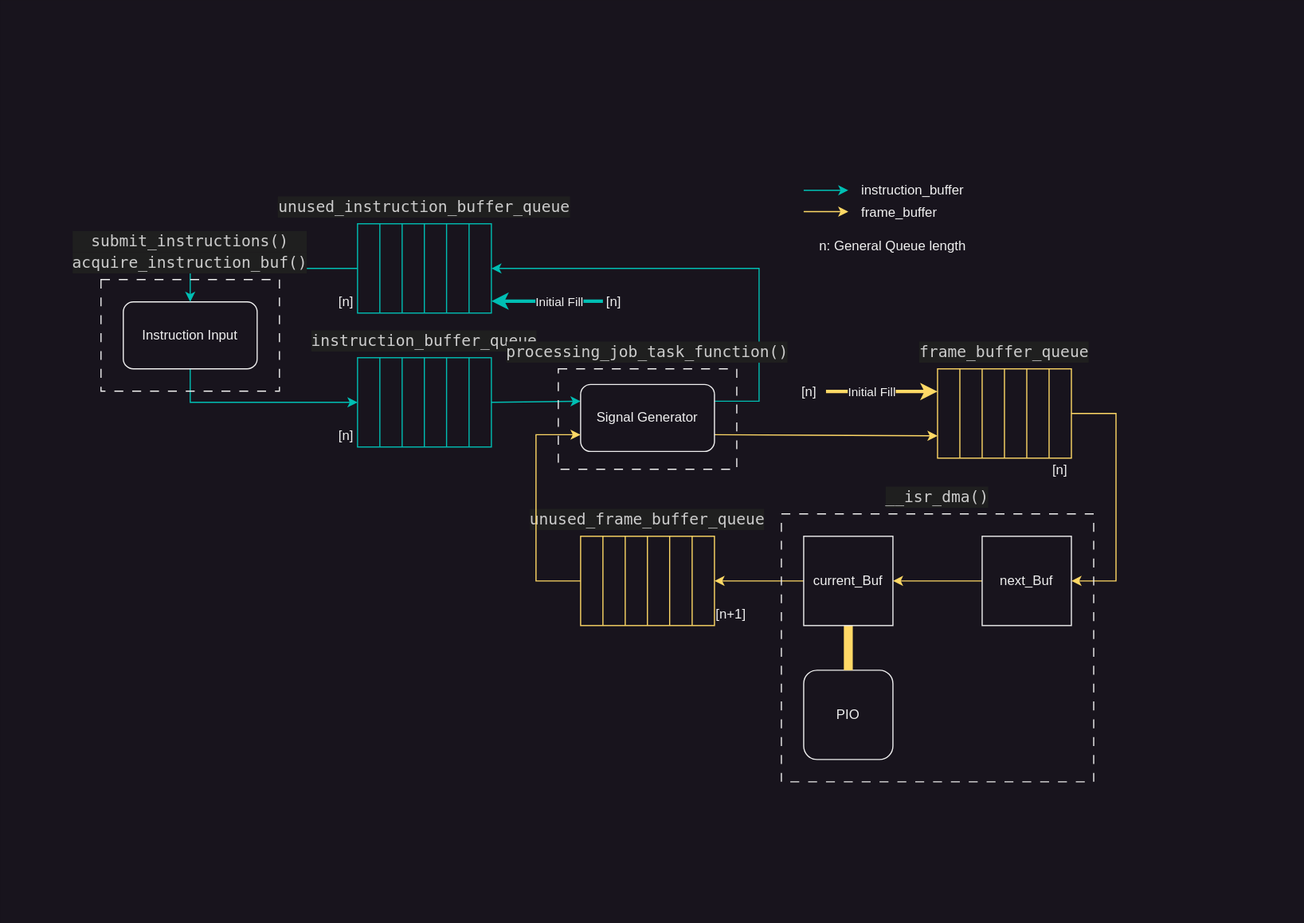
Before: docs/drawio/DataFlow_RP2040/DataFlow_RP2040.drawio.svg, a diagram exported from draw.io (AlexanderHD27/oscilloscope-rendering). Source tidied: cells renumbered, new cells last; positions are measured from the earlier drawing's top-left corner, leaving out a move shared by most shapes.
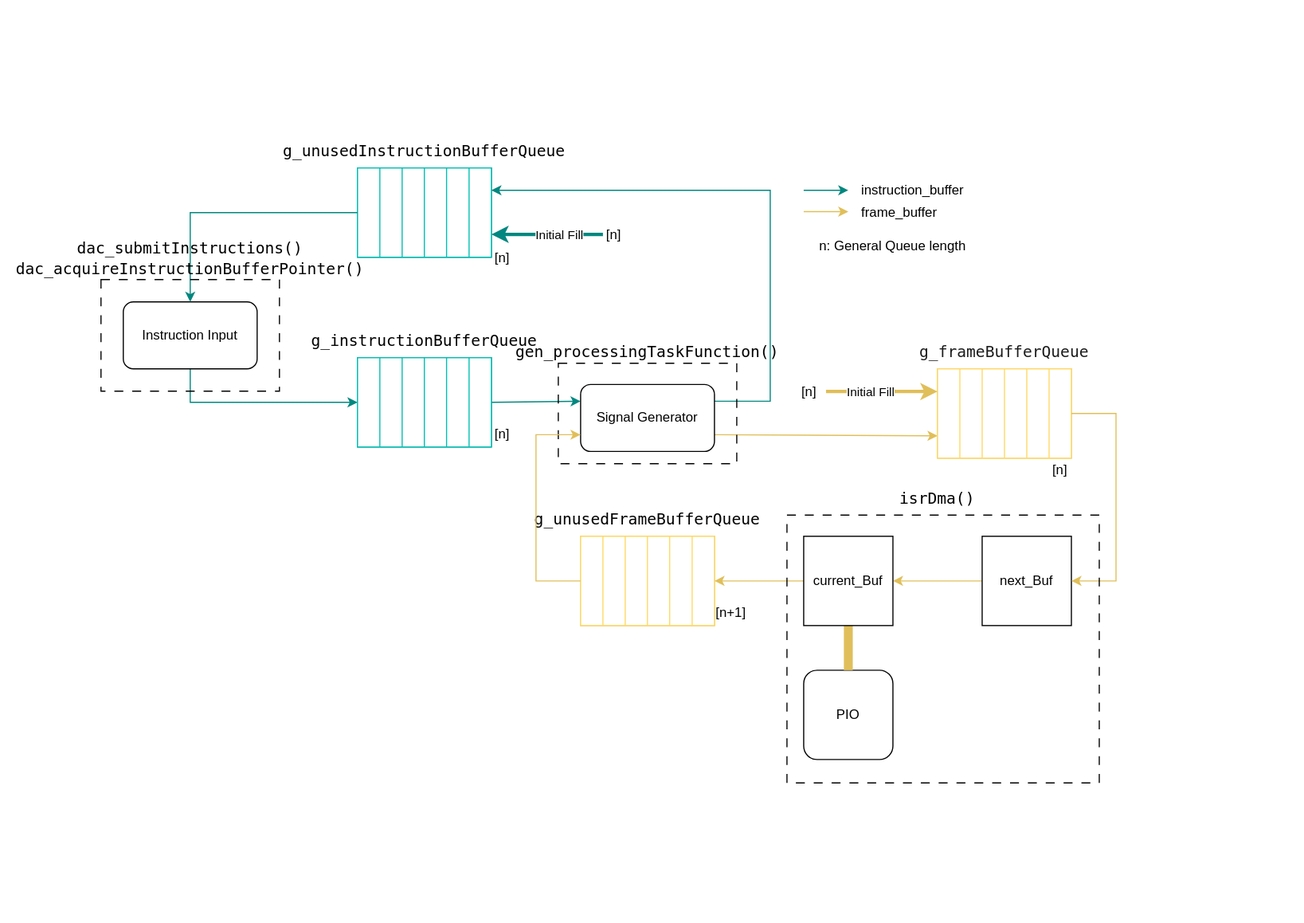
The same file after the commit.

Change to the diagram source:
```diff
@@ -4,3 +4,3 @@
     <mxCell id="1" parent="0" />
-    <mxCell id="2" style="edgeStyle=orthogonalEdgeStyle;rounded=0;jettySize=auto;html=1;entryX=0;entryY=0.5;entryDx=0;entryDy=0;strokeColor=#00BFB4;" parent="1" edge="1" source="3" target="6">
+    <mxCell id="2" style="edgeStyle=orthogonalEdgeStyle;rounded=0;jettySize=auto;html=1;entryX=0;entryY=0.5;entryDx=0;entryDy=0;strokeColor=#00877F;" parent="1" edge="1" source="3" target="6">
       <mxGeometry relative="1" as="geometry">
@@ -14,6 +14,6 @@
     </mxCell>
-    <mxCell id="4" style="rounded=0;jettySize=auto;html=1;exitX=1;exitY=0.5;exitDx=0;exitDy=0;entryX=0;entryY=0.25;entryDx=0;entryDy=0;strokeColor=#00BFB4;" parent="1" edge="1" source="6" target="24">
+    <mxCell id="4" style="rounded=0;jettySize=auto;html=1;exitX=1;exitY=0.5;exitDx=0;exitDy=0;entryX=0;entryY=0.25;entryDx=0;entryDy=0;strokeColor=#00877F;" parent="1" edge="1" source="6" target="24">
       <mxGeometry relative="1" as="geometry" />
     </mxCell>
-    <mxCell id="5" style="group;" parent="1" vertex="1">
+    <mxCell id="5" style="group;strokeColor=#00877F;" parent="1" vertex="1">
       <mxGeometry x="230" y="160" width="120" height="80" as="geometry" />
@@ -53,4 +53,4 @@
     </mxCell>
-    <mxCell id="12" style="group;" parent="1" vertex="1">
-      <mxGeometry x="230" y="40" width="120" height="80" as="geometry" />
+    <mxCell id="12" style="group;labelPosition=center;verticalLabelPosition=bottom;align=center;verticalAlign=top;strokeColor=#00877F;" parent="1" vertex="1">
+      <mxGeometry x="230" y="-10" width="120" height="80" as="geometry" />
     </mxCell>
@@ -89,16 +89,19 @@
     </mxCell>
-    <mxCell id="19" value="&lt;div style=&quot;color: rgb(204, 204, 204); background-color: rgb(31, 31, 31); font-family: &amp;quot;UbuntuMono Nerd Font Propo&amp;quot;, &amp;quot;Droid Sans Mono&amp;quot;, &amp;quot;monospace&amp;quot;, monospace; font-size: 14px; line-height: 19px;&quot;&gt;instruction_buffer_queue&lt;/div&gt;" style="text;html=1;strokeColor=none;fillColor=none;align=center;verticalAlign=middle;whiteSpace=wrap;rounded=0;" parent="1" vertex="1">
+    <mxCell id="19" value="&lt;div style=&quot;font-family: &amp;quot;UbuntuMono Nerd Font Propo&amp;quot;, &amp;quot;Droid Sans Mono&amp;quot;, &amp;quot;monospace&amp;quot;, monospace; font-size: 14px; line-height: 19px;&quot;&gt;&lt;div style=&quot;line-height: 19px;&quot;&gt;g_instructionBufferQueue&lt;/div&gt;&lt;/div&gt;" style="text;html=1;strokeColor=none;fillColor=none;align=center;verticalAlign=middle;whiteSpace=wrap;rounded=0;labelBackgroundColor=none;fontColor=default;" parent="1" vertex="1">
       <mxGeometry x="230" y="130" width="120" height="30" as="geometry" />
     </mxCell>
-    <mxCell id="20" value="&lt;div style=&quot;color: rgb(204, 204, 204); background-color: rgb(31, 31, 31); font-family: &amp;quot;UbuntuMono Nerd Font Propo&amp;quot;, &amp;quot;Droid Sans Mono&amp;quot;, &amp;quot;monospace&amp;quot;, monospace; font-size: 14px; line-height: 19px;&quot;&gt;unused_instruction_buffer_queue&lt;/div&gt;" style="text;html=1;strokeColor=none;fillColor=none;align=center;verticalAlign=middle;whiteSpace=wrap;rounded=0;" parent="1" vertex="1">
-      <mxGeometry x="150" y="10" width="280" height="30" as="geometry" />
+    <mxCell id="20" value="&lt;div style=&quot;color: rgb(204, 204, 204); background-color: rgb(31, 31, 31); font-family: &amp;quot;UbuntuMono Nerd Font Propo&amp;quot;, &amp;quot;Droid Sans Mono&amp;quot;, &amp;quot;monospace&amp;quot;, monospace; font-size: 14px; line-height: 19px;&quot;&gt;&lt;div style=&quot;line-height: 19px;&quot;&gt;&lt;br&gt;&lt;/div&gt;&lt;/div&gt;" style="text;html=1;strokeColor=none;fillColor=none;align=center;verticalAlign=middle;whiteSpace=wrap;rounded=0;" parent="1" vertex="1">
+      <mxGeometry x="140" y="-40" width="280" height="30" as="geometry" />
     </mxCell>
-    <mxCell id="21" style="edgeStyle=orthogonalEdgeStyle;rounded=0;jettySize=auto;html=1;exitX=0;exitY=0.5;exitDx=0;exitDy=0;entryX=0.5;entryY=0;entryDx=0;entryDy=0;strokeColor=#00BFB4;" parent="1" edge="1" source="13" target="3">
+    <mxCell id="21" style="edgeStyle=orthogonalEdgeStyle;rounded=0;jettySize=auto;html=1;exitX=0;exitY=0.5;exitDx=0;exitDy=0;entryX=0.5;entryY=0;entryDx=0;entryDy=0;strokeColor=#00877F;" parent="1" edge="1" source="13" target="3">
       <mxGeometry relative="1" as="geometry" />
     </mxCell>
+    <mxCell id="23" style="rounded=0;jettySize=auto;html=1;exitX=1;exitY=0.75;exitDx=0;exitDy=0;entryX=1;entryY=0.25;entryDx=0;entryDy=0;fontColor=#FFD966;strokeColor=#E0BF5A;" parent="1" edge="1" source="24" target="27">
+      <mxGeometry relative="1" as="geometry" />
+    </mxCell>
-    <mxCell id="22" style="edgeStyle=orthogonalEdgeStyle;rounded=0;jettySize=auto;html=1;exitX=1;exitY=0.25;exitDx=0;exitDy=0;entryX=1;entryY=0.5;entryDx=0;entryDy=0;strokeColor=#00BFB4;" parent="1" edge="1" source="24" target="13">
+    <mxCell id="22" style="edgeStyle=orthogonalEdgeStyle;rounded=0;jettySize=auto;html=1;exitX=1;exitY=0.25;exitDx=0;exitDy=0;entryX=1;entryY=0.25;entryDx=0;entryDy=0;fontColor=#00BFB4;strokeColor=#00877F;" parent="1" edge="1" source="24" target="13">
       <mxGeometry relative="1" as="geometry">
         <Array as="points">
-          <mxPoint x="590" y="199" />
-          <mxPoint x="590" y="80" />
+          <mxPoint x="600" y="199" />
+          <mxPoint x="600" y="10" />
         </Array>
@@ -106,5 +109,2 @@
     </mxCell>
-    <mxCell id="23" style="rounded=0;jettySize=auto;html=1;exitX=1;exitY=0.75;exitDx=0;exitDy=0;entryX=1;entryY=0.25;entryDx=0;entryDy=0;fontColor=#FFD966;strokeColor=#FFD966;" parent="1" edge="1" source="24" target="27">
-      <mxGeometry relative="1" as="geometry" />
-    </mxCell>
     <mxCell id="24" value="Signal Generator" style="rounded=1;whiteSpace=wrap;html=1;" parent="1" vertex="1">
@@ -115,3 +115,3 @@
     </mxCell>
-    <mxCell id="26" style="group;rotation=-180;" parent="1" vertex="1">
+    <mxCell id="26" style="group;rotation=-180;strokeColor=#E0BF5A;" parent="1" vertex="1">
       <mxGeometry x="750" y="170" width="120" height="80" as="geometry" />
@@ -151,9 +151,9 @@
     </mxCell>
-    <mxCell id="33" value="&lt;div style=&quot;color: rgb(204, 204, 204); background-color: rgb(31, 31, 31); font-family: &amp;quot;UbuntuMono Nerd Font Propo&amp;quot;, &amp;quot;Droid Sans Mono&amp;quot;, &amp;quot;monospace&amp;quot;, monospace; font-size: 14px; line-height: 19px;&quot;&gt;unused_frame_buffer_queue&lt;/div&gt;" style="text;html=1;strokeColor=none;fillColor=none;align=center;verticalAlign=middle;whiteSpace=wrap;rounded=0;" parent="1" vertex="1">
+    <mxCell id="33" value="&lt;div style=&quot;font-family: &amp;quot;UbuntuMono Nerd Font Propo&amp;quot;, &amp;quot;Droid Sans Mono&amp;quot;, &amp;quot;monospace&amp;quot;, monospace; font-size: 14px; line-height: 19px;&quot;&gt;&lt;div style=&quot;line-height: 19px;&quot;&gt;g_unusedFrameBufferQueue&lt;/div&gt;&lt;/div&gt;" style="text;html=1;strokeColor=none;fillColor=none;align=center;verticalAlign=middle;whiteSpace=wrap;rounded=0;labelBackgroundColor=none;fontColor=default;" parent="1" vertex="1">
       <mxGeometry x="410" y="290" width="160" height="30" as="geometry" />
     </mxCell>
-    <mxCell id="34" value="&lt;div style=&quot;color: rgb(204, 204, 204); background-color: rgb(31, 31, 31); font-family: &amp;quot;UbuntuMono Nerd Font Propo&amp;quot;, &amp;quot;Droid Sans Mono&amp;quot;, &amp;quot;monospace&amp;quot;, monospace; font-size: 14px; line-height: 19px;&quot;&gt;frame_buffer_queue&lt;/div&gt;" style="text;html=1;strokeColor=none;fillColor=none;align=center;verticalAlign=middle;whiteSpace=wrap;rounded=0;" parent="1" vertex="1">
+    <mxCell id="34" value="&lt;div style=&quot;font-family: &amp;quot;UbuntuMono Nerd Font Propo&amp;quot;, &amp;quot;Droid Sans Mono&amp;quot;, &amp;quot;monospace&amp;quot;, monospace; font-size: 14px; line-height: 19px;&quot;&gt;&lt;div style=&quot;line-height: 19px;&quot;&gt;g_frameBufferQueue&lt;/div&gt;&lt;/div&gt;" style="text;html=1;strokeColor=none;fillColor=none;align=center;verticalAlign=middle;whiteSpace=wrap;rounded=0;labelBackgroundColor=none;fontColor=#1C1C1C;" parent="1" vertex="1">
       <mxGeometry x="755" y="140" width="110" height="30" as="geometry" />
     </mxCell>
-    <mxCell id="35" style="group;" parent="1" vertex="1">
+    <mxCell id="35" style="group;strokeColor=#E0BF5A;" parent="1" vertex="1">
       <mxGeometry x="430" y="320" width="120" height="80" as="geometry" />
@@ -193,3 +193,3 @@
     </mxCell>
-    <mxCell id="42" style="edgeStyle=orthogonalEdgeStyle;rounded=0;jettySize=auto;html=1;entryX=1;entryY=0.5;entryDx=0;entryDy=0;strokeColor=#FFD966;" parent="1" edge="1" source="43" target="48">
+    <mxCell id="42" style="edgeStyle=orthogonalEdgeStyle;rounded=0;jettySize=auto;html=1;entryX=1;entryY=0.5;entryDx=0;entryDy=0;strokeColor=#E0BF5A;" parent="1" edge="1" source="43" target="48">
       <mxGeometry relative="1" as="geometry" />
@@ -199,3 +199,3 @@
     </mxCell>
-    <mxCell id="44" style="edgeStyle=orthogonalEdgeStyle;rounded=0;jettySize=auto;html=1;entryX=1;entryY=0.5;entryDx=0;entryDy=0;strokeColor=#FFD966;exitX=0;exitY=0.5;exitDx=0;exitDy=0;" parent="1" edge="1" source="27" target="43">
+    <mxCell id="44" style="edgeStyle=orthogonalEdgeStyle;rounded=0;jettySize=auto;html=1;entryX=1;entryY=0.5;entryDx=0;entryDy=0;strokeColor=#E0BF5A;exitX=0;exitY=0.5;exitDx=0;exitDy=0;" parent="1" edge="1" source="27" target="43">
       <mxGeometry relative="1" as="geometry">
@@ -207,10 +207,10 @@
     </mxCell>
-    <mxCell id="45" style="edgeStyle=orthogonalEdgeStyle;rounded=0;jettySize=auto;html=1;endArrow=none;endFill=0;strokeWidth=8;exitX=0.5;exitY=1;exitDx=0;exitDy=0;strokeColor=#FFD966;" parent="1" edge="1" source="48" target="25">
+    <mxCell id="45" style="edgeStyle=orthogonalEdgeStyle;rounded=0;jettySize=auto;html=1;endArrow=none;endFill=0;strokeWidth=8;exitX=0.5;exitY=1;exitDx=0;exitDy=0;strokeColor=#E0BF5A;" parent="1" edge="1" source="48" target="25">
       <mxGeometry relative="1" as="geometry" />
     </mxCell>
-    <mxCell id="46" style="edgeStyle=orthogonalEdgeStyle;rounded=0;jettySize=auto;html=1;exitX=0;exitY=0.5;exitDx=0;exitDy=0;entryX=1;entryY=0.5;entryDx=0;entryDy=0;strokeColor=#FFD966;" parent="1" edge="1" source="48" target="36">
+    <mxCell id="46" style="edgeStyle=orthogonalEdgeStyle;rounded=0;jettySize=auto;html=1;exitX=0;exitY=0.5;exitDx=0;exitDy=0;entryX=1;entryY=0.5;entryDx=0;entryDy=0;strokeColor=#E0BF5A;" parent="1" edge="1" source="48" target="36">
       <mxGeometry relative="1" as="geometry" />
     </mxCell>
-    <mxCell id="47" value="&lt;div style=&quot;color: rgb(204, 204, 204); background-color: rgb(31, 31, 31); font-family: &amp;quot;UbuntuMono Nerd Font Propo&amp;quot;, &amp;quot;Droid Sans Mono&amp;quot;, &amp;quot;monospace&amp;quot;, monospace; font-weight: normal; font-size: 14px; line-height: 19px;&quot;&gt;__isr_dma()&lt;/div&gt;" style="rounded=0;whiteSpace=wrap;html=1;fillColor=none;dashed=1;dashPattern=8 8;spacing=5;labelPosition=center;verticalLabelPosition=top;align=center;verticalAlign=bottom;fontStyle=1;glass=0;" parent="1" vertex="1">
-      <mxGeometry x="610" y="300" width="280" height="240" as="geometry" />
+    <mxCell id="47" value="&lt;div style=&quot;color: rgb(204, 204, 204); background-color: rgb(31, 31, 31); font-family: &amp;quot;UbuntuMono Nerd Font Propo&amp;quot;, &amp;quot;Droid Sans Mono&amp;quot;, &amp;quot;monospace&amp;quot;, monospace; font-weight: normal; font-size: 14px; line-height: 19px;&quot;&gt;&lt;div style=&quot;line-height: 19px;&quot;&gt;&lt;br&gt;&lt;/div&gt;&lt;/div&gt;" style="rounded=0;whiteSpace=wrap;html=1;fillColor=none;dashed=1;dashPattern=8 8;spacing=5;labelPosition=center;verticalLabelPosition=top;align=center;verticalAlign=bottom;fontStyle=1;glass=0;" parent="1" vertex="1">
+      <mxGeometry x="615" y="301" width="280" height="240" as="geometry" />
     </mxCell>
@@ -219,6 +219,6 @@
     </mxCell>
-    <mxCell id="49" value="&lt;div style=&quot;color: rgb(204, 204, 204); background-color: rgb(31, 31, 31); font-family: &amp;quot;UbuntuMono Nerd Font Propo&amp;quot;, &amp;quot;Droid Sans Mono&amp;quot;, &amp;quot;monospace&amp;quot;, monospace; font-weight: normal; font-size: 14px; line-height: 19px;&quot;&gt;processing_job_task_function()&lt;/div&gt;" style="rounded=0;whiteSpace=wrap;html=1;fillColor=none;dashed=1;dashPattern=8 8;spacing=5;labelPosition=center;verticalLabelPosition=top;align=center;verticalAlign=bottom;fontStyle=1;" parent="1" vertex="1">
-      <mxGeometry x="410" y="170" width="160" height="90" as="geometry" />
+    <mxCell id="49" value="&lt;div style=&quot;color: rgb(204, 204, 204); background-color: rgb(31, 31, 31); font-family: &amp;quot;UbuntuMono Nerd Font Propo&amp;quot;, &amp;quot;Droid Sans Mono&amp;quot;, &amp;quot;monospace&amp;quot;, monospace; font-weight: normal; font-size: 14px; line-height: 19px;&quot;&gt;&lt;div style=&quot;line-height: 19px;&quot;&gt;&lt;br&gt;&lt;/div&gt;&lt;/div&gt;" style="rounded=0;whiteSpace=wrap;html=1;fillColor=none;dashed=1;dashPattern=8 8;spacing=5;labelPosition=center;verticalLabelPosition=top;align=center;verticalAlign=bottom;fontStyle=1;" parent="1" vertex="1">
+      <mxGeometry x="410" y="165" width="160" height="90" as="geometry" />
     </mxCell>
-    <mxCell id="50" style="edgeStyle=orthogonalEdgeStyle;rounded=0;jettySize=auto;html=1;strokeColor=#FFD966;exitX=0;exitY=0.5;exitDx=0;exitDy=0;entryX=0;entryY=0.75;entryDx=0;entryDy=0;" parent="1" edge="1" source="36" target="24">
+    <mxCell id="50" style="edgeStyle=orthogonalEdgeStyle;rounded=0;jettySize=auto;html=1;strokeColor=#E0BF5A;exitX=0;exitY=0.5;exitDx=0;exitDy=0;entryX=0;entryY=0.75;entryDx=0;entryDy=0;" parent="1" edge="1" source="36" target="24">
       <mxGeometry relative="1" as="geometry">
@@ -230,6 +230,6 @@
     </mxCell>
-    <mxCell id="51" style="endArrow=classic;html=1;rounded=0;strokeWidth=3;strokeColor=#00BFB4;" parent="1" edge="1">
+    <mxCell id="51" style="endArrow=classic;html=1;rounded=0;strokeWidth=3;strokeColor=#00877F;" parent="1" edge="1">
       <mxGeometry relative="1" as="geometry">
-        <mxPoint x="450" y="109.3" as="sourcePoint" />
-        <mxPoint x="350" y="109.3" as="targetPoint" />
+        <mxPoint x="450" y="49.5" as="sourcePoint" />
+        <mxPoint x="350" y="49.5" as="targetPoint" />
       </mxGeometry>
@@ -248,6 +248,6 @@
     <mxCell id="55" value="[n]" style="text;html=1;strokeColor=none;fillColor=none;align=center;verticalAlign=middle;whiteSpace=wrap;rounded=0;" parent="1" vertex="1">
-      <mxGeometry x="210" y="219" width="20" height="21" as="geometry" />
+      <mxGeometry x="350" y="219" width="20" height="21" as="geometry" />
     </mxCell>
     <mxCell id="56" value="[n]" style="text;html=1;strokeColor=none;fillColor=none;align=center;verticalAlign=middle;whiteSpace=wrap;rounded=0;" parent="1" vertex="1">
-      <mxGeometry x="210" y="99" width="20" height="21" as="geometry" />
+      <mxGeometry x="350" y="61" width="20" height="21" as="geometry" />
     </mxCell>
@@ -257,8 +257,8 @@
     <mxCell id="58" value="[n]" style="text;html=1;strokeColor=none;fillColor=none;align=center;verticalAlign=middle;whiteSpace=wrap;rounded=0;" parent="1" vertex="1">
-      <mxGeometry x="450" y="99" width="20" height="21" as="geometry" />
+      <mxGeometry x="450" y="40" width="20" height="21" as="geometry" />
     </mxCell>
-    <mxCell id="59" value="&lt;div style=&quot;color: rgb(204, 204, 204); background-color: rgb(31, 31, 31); font-family: &amp;quot;UbuntuMono Nerd Font Propo&amp;quot;, &amp;quot;Droid Sans Mono&amp;quot;, &amp;quot;monospace&amp;quot;, monospace; font-weight: normal; font-size: 14px; line-height: 19px;&quot;&gt;submit_instructions()&lt;/div&gt;&lt;div style=&quot;color: rgb(204, 204, 204); background-color: rgb(31, 31, 31); font-family: &amp;quot;UbuntuMono Nerd Font Propo&amp;quot;, &amp;quot;Droid Sans Mono&amp;quot;, &amp;quot;monospace&amp;quot;, monospace; font-weight: normal; font-size: 14px; line-height: 19px;&quot;&gt;&lt;div style=&quot;line-height: 19px;&quot;&gt;acquire_instruction_buf()&lt;/div&gt;&lt;/div&gt;" style="rounded=0;whiteSpace=wrap;html=1;fillColor=none;dashed=1;dashPattern=8 8;spacing=5;labelPosition=center;verticalLabelPosition=top;align=center;verticalAlign=bottom;fontStyle=1;" parent="1" vertex="1">
+    <mxCell id="59" value="&lt;div style=&quot;color: rgb(204, 204, 204); font-family: &amp;quot;UbuntuMono Nerd Font Propo&amp;quot;, &amp;quot;Droid Sans Mono&amp;quot;, &amp;quot;monospace&amp;quot;, monospace; font-weight: normal; font-size: 14px; line-height: 19px;&quot;&gt;&lt;br&gt;&lt;/div&gt;" style="rounded=0;whiteSpace=wrap;html=1;fillColor=none;dashed=1;dashPattern=8 8;spacing=5;labelPosition=center;verticalLabelPosition=top;align=center;verticalAlign=bottom;fontStyle=1;" parent="1" vertex="1">
       <mxGeometry y="90" width="160" height="100" as="geometry" />
     </mxCell>
-    <mxCell id="60" style="endArrow=classic;html=1;rounded=0;strokeWidth=3;strokeColor=#FFD966;entryX=1;entryY=0.75;entryDx=0;entryDy=0;" parent="1" edge="1">
+    <mxCell id="60" style="endArrow=classic;html=1;rounded=0;strokeWidth=3;strokeColor=#E0BF5A;entryX=1;entryY=0.75;entryDx=0;entryDy=0;" parent="1" edge="1">
       <mxGeometry relative="1" as="geometry">
@@ -276,3 +276,3 @@
     </mxCell>
-    <mxCell id="63" style="endArrow=classic;html=1;rounded=0;fontColor=#FFD966;strokeColor=#FFD966;" parent="1" edge="1">
+    <mxCell id="63" style="endArrow=classic;html=1;rounded=0;fontColor=#FFD966;strokeColor=#E0BF5A;" parent="1" edge="1">
       <mxGeometry relative="1" as="geometry">
@@ -282,3 +282,3 @@
     </mxCell>
-    <mxCell id="64" style="endArrow=classic;html=1;rounded=0;fontColor=#00BFB4;strokeColor=#00BFB4;" parent="1" edge="1">
+    <mxCell id="64" style="endArrow=classic;html=1;rounded=0;fontColor=#00BFB4;strokeColor=#00877F;" parent="1" edge="1">
       <mxGeometry relative="1" as="geometry">
@@ -294,2 +294,14 @@
     </mxCell>
+    <mxCell id="67" value="&lt;div style=&quot;font-family: &amp;quot;UbuntuMono Nerd Font Propo&amp;quot;, &amp;quot;Droid Sans Mono&amp;quot;, &amp;quot;monospace&amp;quot;, monospace; font-size: 14px; line-height: 19px;&quot;&gt;&lt;div style=&quot;line-height: 19px;&quot;&gt;gen_processingTaskFunction()&lt;br&gt;&lt;/div&gt;&lt;/div&gt;" style="text;html=1;strokeColor=none;fillColor=none;align=center;verticalAlign=middle;whiteSpace=wrap;rounded=0;fontColor=default;" parent="1" vertex="1">
+      <mxGeometry x="430" y="140" width="120" height="30" as="geometry" />
+    </mxCell>
+    <mxCell id="68" value="&lt;div style=&quot;font-family: &amp;quot;UbuntuMono Nerd Font Propo&amp;quot;, &amp;quot;Droid Sans Mono&amp;quot;, &amp;quot;monospace&amp;quot;, monospace; font-size: 14px; line-height: 19px;&quot;&gt;&lt;div style=&quot;line-height: 19px;&quot;&gt;g_unusedInstructionBufferQueue&lt;br&gt;&lt;/div&gt;&lt;/div&gt;" style="text;html=1;strokeColor=none;fillColor=none;align=center;verticalAlign=middle;whiteSpace=wrap;rounded=0;labelBackgroundColor=none;fontColor=default;" parent="1" vertex="1">
+      <mxGeometry x="230" y="-40" width="120" height="30" as="geometry" />
+    </mxCell>
+    <mxCell id="69" value="&lt;div style=&quot;font-family: &amp;quot;UbuntuMono Nerd Font Propo&amp;quot;, &amp;quot;Droid Sans Mono&amp;quot;, &amp;quot;monospace&amp;quot;, monospace; font-size: 14px; line-height: 19px;&quot;&gt;&lt;div style=&quot;line-height: 19px;&quot;&gt;isrDma()&lt;br&gt;&lt;/div&gt;&lt;/div&gt;" style="text;html=1;strokeColor=none;fillColor=none;align=center;verticalAlign=middle;whiteSpace=wrap;rounded=0;labelBackgroundColor=none;fontColor=default;" parent="1" vertex="1">
+      <mxGeometry x="670" y="271" width="160" height="30" as="geometry" />
+    </mxCell>
+    <mxCell id="70" value="&lt;div style=&quot;font-family: &amp;quot;UbuntuMono Nerd Font Propo&amp;quot;, &amp;quot;Droid Sans Mono&amp;quot;, &amp;quot;monospace&amp;quot;, monospace; font-size: 14px; line-height: 19px;&quot;&gt;&lt;div style=&quot;line-height: 19px;&quot;&gt;&lt;div style=&quot;line-height: 19px;&quot;&gt;dac_submitInstructions()&lt;/div&gt;&lt;div style=&quot;line-height: 19px;&quot;&gt;dac_acquireInstructionBufferPointer()&lt;/div&gt;&lt;/div&gt;&lt;/div&gt;" style="text;html=1;strokeColor=none;fillColor=none;align=center;verticalAlign=middle;whiteSpace=wrap;rounded=0;labelBackgroundColor=none;fontColor=default;" parent="1" vertex="1">
+      <mxGeometry x="20" y="56.5" width="120" height="30" as="geometry" />
+    </mxCell>
   </root>
```
